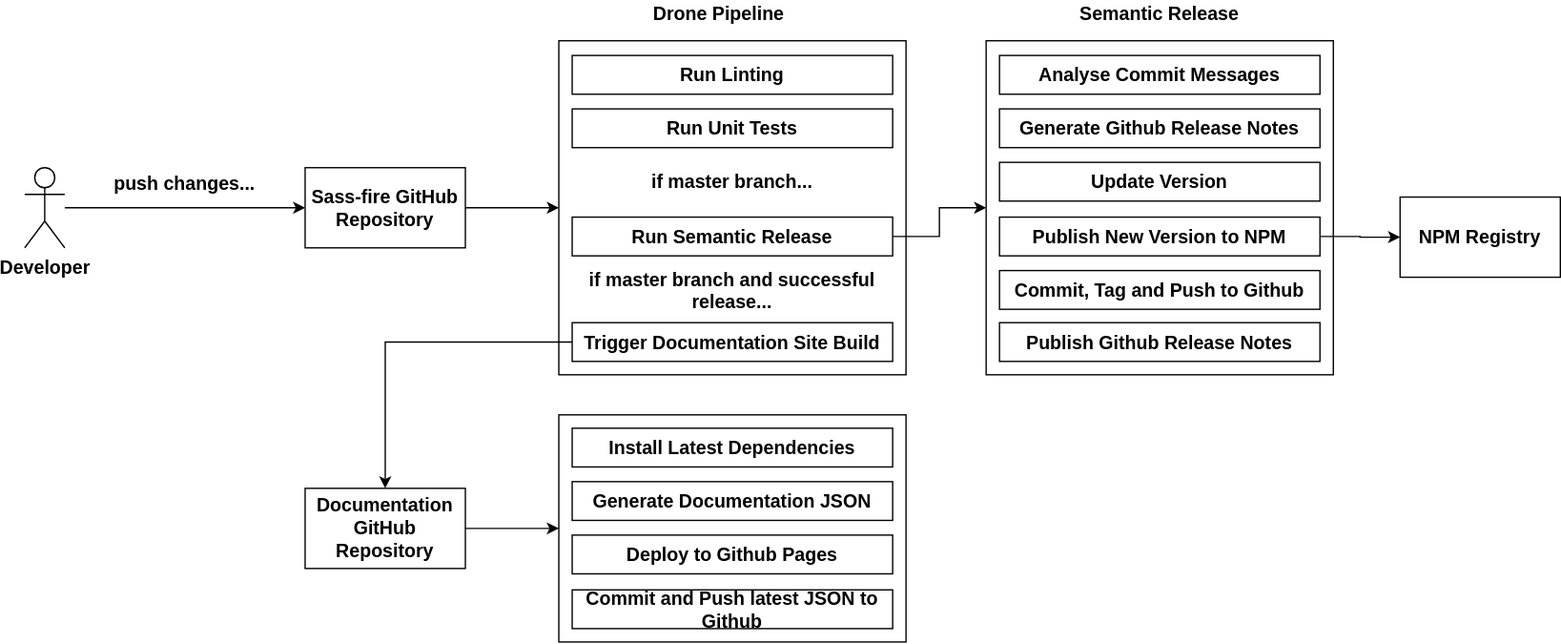
The draw.io diagram src/grafana-presentation/static/images/pipeline.svg in jackw/heywesty.com, before a commit. Source tidied: cells renumbered, new cells last; positions are measured from the earlier drawing's top-left corner, leaving out a move shared by most shapes.
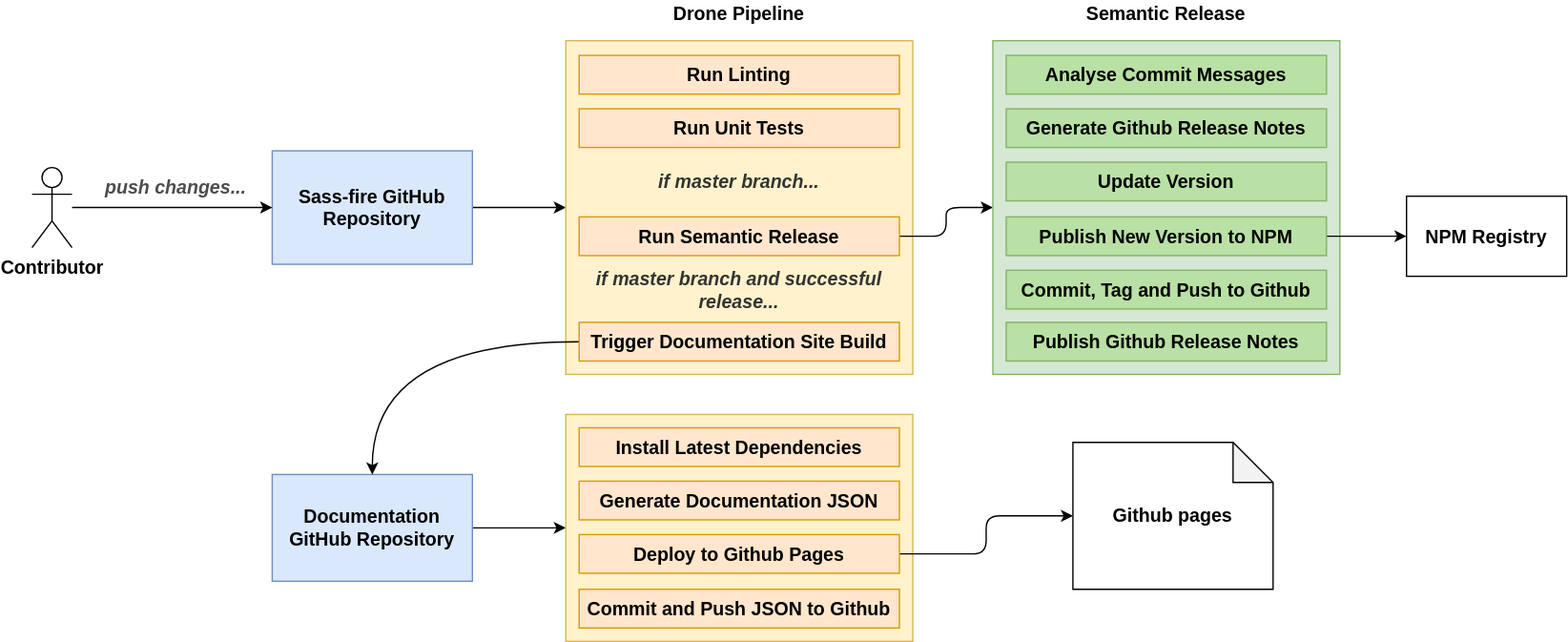
The same diagram one commit later.

What changed in the source:
```diff
@@ -2,101 +2,107 @@
   <root>
     <mxCell id="0" />
     <mxCell id="1" parent="0" />
-    <mxCell id="2" style="edgeStyle=orthogonalEdgeStyle;rounded=0;jettySize=auto;entryX=0;entryY=0.5;entryDx=0;entryDy=0;fontStyle=1;html=1;fontSize=14;" parent="1" edge="1" source="3" target="9">
+    <mxCell id="2" style="edgeStyle=orthogonalEdgeStyle;rounded=1;jettySize=auto;entryX=0;entryY=0.5;entryDx=0;entryDy=0;fontStyle=1;html=1;fontSize=14;" parent="1" edge="1" source="3" target="9">
       <mxGeometry relative="1" as="geometry" />
     </mxCell>
-    <mxCell id="3" value="Sass-fire GitHub Repository" style="rounded=0;whiteSpace=wrap;fontStyle=1;html=1;fontSize=14;" parent="1" vertex="1">
-      <mxGeometry x="210" y="125" width="120" height="60" as="geometry" />
+    <mxCell id="3" value="Sass-fire GitHub Repository" style="rounded=0;whiteSpace=wrap;fontStyle=1;html=1;fontSize=14;fillColor=#dae8fc;strokeColor=#6c8ebf;" parent="1" vertex="1">
+      <mxGeometry x="180" y="112.5" width="150" height="85" as="geometry" />
     </mxCell>
     <mxCell id="4" style="edgeStyle=orthogonalEdgeStyle;rounded=0;jettySize=auto;entryX=0;entryY=0.5;entryDx=0;entryDy=0;fontStyle=1;html=1;fontSize=14;" parent="1" edge="1" source="5" target="10">
       <mxGeometry relative="1" as="geometry" />
     </mxCell>
-    <mxCell id="5" value="Documentation GitHub Repository" style="rounded=0;whiteSpace=wrap;fontStyle=1;html=1;fontSize=14;" parent="1" vertex="1">
-      <mxGeometry x="210" y="365" width="120" height="60" as="geometry" />
+    <mxCell id="5" value="Documentation GitHub Repository" style="rounded=0;whiteSpace=wrap;fontStyle=1;html=1;fontSize=14;fillColor=#dae8fc;strokeColor=#6c8ebf;" parent="1" vertex="1">
+      <mxGeometry x="180" y="355" width="150" height="80" as="geometry" />
     </mxCell>
     <mxCell id="6" style="edgeStyle=orthogonalEdgeStyle;rounded=0;jettySize=auto;entryX=0;entryY=0.5;entryDx=0;entryDy=0;fontStyle=1;html=1;fontSize=14;" parent="1" edge="1" source="7" target="3">
       <mxGeometry relative="1" as="geometry" />
     </mxCell>
-    <mxCell id="7" value="Developer" style="shape=umlActor;verticalLabelPosition=bottom;labelBackgroundColor=#ffffff;verticalAlign=top;outlineConnect=0;fontStyle=1;html=1;fontSize=14;" parent="1" vertex="1">
+    <mxCell id="7" value="Contributor" style="shape=umlActor;verticalLabelPosition=bottom;labelBackgroundColor=#ffffff;verticalAlign=top;outlineConnect=0;fontStyle=1;html=1;fontSize=14;" parent="1" vertex="1">
       <mxGeometry y="125" width="30" height="60" as="geometry" />
     </mxCell>
-    <mxCell id="8" value="push changes..." style="text;strokeColor=none;fillColor=none;align=center;verticalAlign=middle;whiteSpace=wrap;rounded=0;fontStyle=1;html=1;fontSize=14;" parent="1" vertex="1">
-      <mxGeometry x="60" y="127" width="120" height="20" as="geometry" />
+    <mxCell id="8" value="push changes..." style="text;strokeColor=none;fillColor=none;align=center;verticalAlign=middle;whiteSpace=wrap;rounded=0;fontStyle=3;html=1;fontSize=14;fontColor=#4D4D4D;" parent="1" vertex="1">
+      <mxGeometry x="48" y="130" width="120" height="20" as="geometry" />
     </mxCell>
-    <mxCell id="9" style="rounded=0;whiteSpace=wrap;fontStyle=1;html=1;fontSize=14;" parent="1" vertex="1">
+    <mxCell id="9" style="rounded=0;whiteSpace=wrap;fontStyle=1;html=1;fontSize=14;fillColor=#fff2cc;strokeColor=#d6b656;" parent="1" vertex="1">
       <mxGeometry x="400" y="30" width="260" height="250" as="geometry" />
     </mxCell>
-    <mxCell id="10" style="rounded=0;whiteSpace=wrap;fontStyle=1;html=1;fontSize=14;" parent="1" vertex="1">
+    <mxCell id="10" style="rounded=0;whiteSpace=wrap;fontStyle=1;html=1;fontSize=14;fillColor=#fff2cc;strokeColor=#d6b656;" parent="1" vertex="1">
       <mxGeometry x="400" y="310" width="260" height="170" as="geometry" />
     </mxCell>
     <mxCell id="11" value="Drone Pipeline" style="text;strokeColor=none;fillColor=none;align=center;verticalAlign=middle;whiteSpace=wrap;rounded=0;fontStyle=1;html=1;fontSize=14;" parent="1" vertex="1">
-      <mxGeometry x="450" width="140" height="20" as="geometry" />
+      <mxGeometry x="460" width="140" height="20" as="geometry" />
     </mxCell>
-    <mxCell id="12" value="Run Linting" style="rounded=0;whiteSpace=wrap;fontStyle=1;html=1;fontSize=14;" parent="1" vertex="1">
+    <mxCell id="12" value="Run Linting" style="rounded=0;whiteSpace=wrap;fontStyle=1;html=1;fontSize=14;fillColor=#ffe6cc;strokeColor=#d79b00;" parent="1" vertex="1">
       <mxGeometry x="410" y="41" width="240" height="29" as="geometry" />
     </mxCell>
-    <mxCell id="13" value="Run Unit Tests" style="rounded=0;whiteSpace=wrap;fontStyle=1;html=1;fontSize=14;" parent="1" vertex="1">
+    <mxCell id="13" value="Run Unit Tests" style="rounded=0;whiteSpace=wrap;fontStyle=1;html=1;fontSize=14;fillColor=#ffe6cc;strokeColor=#d79b00;" parent="1" vertex="1">
       <mxGeometry x="410" y="81" width="240" height="29" as="geometry" />
     </mxCell>
-    <mxCell id="14" value="if master branch..." style="text;strokeColor=none;fillColor=none;align=center;verticalAlign=middle;whiteSpace=wrap;rounded=0;fontStyle=1;html=1;fontSize=14;" parent="1" vertex="1">
+    <mxCell id="14" value="if master branch..." style="text;strokeColor=none;fillColor=none;align=center;verticalAlign=middle;whiteSpace=wrap;rounded=0;fontStyle=3;html=1;fontSize=14;fontColor=#333333;" parent="1" vertex="1">
       <mxGeometry x="420" y="125.5" width="220" height="20" as="geometry" />
     </mxCell>
-    <mxCell id="15" style="edgeStyle=orthogonalEdgeStyle;rounded=0;jettySize=auto;fontStyle=1;html=1;fontSize=14;" parent="1" edge="1" source="16" target="20">
+    <mxCell id="15" style="edgeStyle=orthogonalEdgeStyle;rounded=1;jettySize=auto;fontStyle=1;html=1;fontSize=14;" parent="1" edge="1" source="16" target="20">
       <mxGeometry relative="1" as="geometry" />
     </mxCell>
-    <mxCell id="16" value="Run Semantic Release" style="rounded=0;whiteSpace=wrap;fontStyle=1;html=1;fontSize=14;" parent="1" vertex="1">
+    <mxCell id="16" value="Run Semantic Release" style="rounded=0;whiteSpace=wrap;fontStyle=1;html=1;fontSize=14;fillColor=#ffe6cc;strokeColor=#d79b00;" parent="1" vertex="1">
       <mxGeometry x="410" y="162" width="240" height="29" as="geometry" />
     </mxCell>
-    <mxCell id="17" style="edgeStyle=orthogonalEdgeStyle;rounded=0;jettySize=auto;entryX=0.5;entryY=0;entryDx=0;entryDy=0;fontStyle=1;html=1;fontSize=14;" parent="1" edge="1" source="18" target="5">
+    <mxCell id="17" style="edgeStyle=orthogonalEdgeStyle;jettySize=auto;entryX=0.5;entryY=0;entryDx=0;entryDy=0;fontStyle=1;html=1;fontSize=14;curved=1;" parent="1" edge="1" source="18" target="5">
       <mxGeometry relative="1" as="geometry" />
     </mxCell>
-    <mxCell id="18" value="Trigger Documentation Site Build" style="rounded=0;whiteSpace=wrap;fontStyle=1;html=1;fontSize=14;" parent="1" vertex="1">
+    <mxCell id="18" value="Trigger Documentation Site Build" style="rounded=0;whiteSpace=wrap;fontStyle=1;html=1;fontSize=14;fillColor=#ffe6cc;strokeColor=#d79b00;" parent="1" vertex="1">
       <mxGeometry x="410" y="241" width="240" height="29" as="geometry" />
     </mxCell>
-    <mxCell id="19" value="if master branch and successful release..." style="text;strokeColor=none;fillColor=none;align=center;verticalAlign=middle;whiteSpace=wrap;rounded=0;fontStyle=1;html=1;fontSize=14;" parent="1" vertex="1">
+    <mxCell id="19" value="if master branch and successful release..." style="text;strokeColor=none;fillColor=none;align=center;verticalAlign=middle;whiteSpace=wrap;rounded=0;fontStyle=3;html=1;fontSize=14;fontColor=#333333;" parent="1" vertex="1">
       <mxGeometry x="400" y="206.5" width="260" height="20" as="geometry" />
     </mxCell>
-    <mxCell id="20" style="rounded=0;whiteSpace=wrap;fontStyle=1;html=1;fontSize=14;" parent="1" vertex="1">
+    <mxCell id="20" style="rounded=0;whiteSpace=wrap;fontStyle=1;html=1;fontSize=14;fillColor=#d5e8d4;strokeColor=#82b366;" parent="1" vertex="1">
       <mxGeometry x="720" y="30" width="260" height="250" as="geometry" />
     </mxCell>
     <mxCell id="21" value="Semantic Release" style="text;strokeColor=none;fillColor=none;align=center;verticalAlign=middle;whiteSpace=wrap;rounded=0;fontStyle=1;html=1;fontSize=14;" parent="1" vertex="1">
       <mxGeometry x="780" width="140" height="20" as="geometry" />
     </mxCell>
-    <mxCell id="22" value="Analyse Commit Messages" style="rounded=0;whiteSpace=wrap;fontStyle=1;html=1;fontSize=14;" parent="1" vertex="1">
+    <mxCell id="22" value="Analyse Commit Messages" style="rounded=0;whiteSpace=wrap;fontStyle=1;html=1;fontSize=14;strokeColor=#82b366;fillColor=#B9E0A5;" parent="1" vertex="1">
       <mxGeometry x="730" y="41" width="240" height="29" as="geometry" />
     </mxCell>
-    <mxCell id="23" value="Generate Github Release Notes" style="rounded=0;whiteSpace=wrap;fontStyle=1;html=1;fontSize=14;" parent="1" vertex="1">
+    <mxCell id="23" value="Generate Github Release Notes" style="rounded=0;whiteSpace=wrap;fontStyle=1;html=1;fontSize=14;strokeColor=#82b366;fillColor=#B9E0A5;" parent="1" vertex="1">
       <mxGeometry x="730" y="81" width="240" height="29" as="geometry" />
     </mxCell>
-    <mxCell id="24" value="Update Version" style="rounded=0;whiteSpace=wrap;fontStyle=1;html=1;fontSize=14;" parent="1" vertex="1">
+    <mxCell id="24" value="Update Version" style="rounded=0;whiteSpace=wrap;fontStyle=1;html=1;fontSize=14;strokeColor=#82b366;fillColor=#B9E0A5;" parent="1" vertex="1">
       <mxGeometry x="730" y="121" width="240" height="29" as="geometry" />
     </mxCell>
-    <mxCell id="25" style="edgeStyle=orthogonalEdgeStyle;rounded=0;jettySize=auto;entryX=0;entryY=0.5;entryDx=0;entryDy=0;fontStyle=1;html=1;fontSize=14;" parent="1" edge="1" source="26" target="33">
+    <mxCell id="25" style="edgeStyle=orthogonalEdgeStyle;rounded=0;jettySize=auto;entryX=0;entryY=0.5;entryDx=0;entryDy=0;fontStyle=1;html=1;fontSize=14;" parent="1" edge="1" source="26" target="34">
       <mxGeometry relative="1" as="geometry" />
     </mxCell>
-    <mxCell id="26" value="Publish New Version to NPM" style="rounded=0;whiteSpace=wrap;fontStyle=1;html=1;fontSize=14;" parent="1" vertex="1">
+    <mxCell id="26" value="Publish New Version to NPM" style="rounded=0;whiteSpace=wrap;fontStyle=1;html=1;fontSize=14;strokeColor=#82b366;fillColor=#B9E0A5;" parent="1" vertex="1">
       <mxGeometry x="730" y="162" width="240" height="29" as="geometry" />
     </mxCell>
-    <mxCell id="27" value="Commit, Tag and Push to Github" style="rounded=0;whiteSpace=wrap;fontStyle=1;html=1;fontSize=14;" parent="1" vertex="1">
+    <mxCell id="27" value="Commit, Tag and Push to Github" style="rounded=0;whiteSpace=wrap;fontStyle=1;html=1;fontSize=14;strokeColor=#82b366;fillColor=#B9E0A5;" parent="1" vertex="1">
       <mxGeometry x="730" y="202" width="240" height="29" as="geometry" />
     </mxCell>
-    <mxCell id="28" value="Publish Github Release Notes" style="rounded=0;whiteSpace=wrap;fontStyle=1;html=1;fontSize=14;" parent="1" vertex="1">
+    <mxCell id="28" value="Publish Github Release Notes" style="rounded=0;whiteSpace=wrap;fontStyle=1;html=1;fontSize=14;strokeColor=#82b366;fillColor=#B9E0A5;" parent="1" vertex="1">
       <mxGeometry x="730" y="241" width="240" height="29" as="geometry" />
     </mxCell>
-    <mxCell id="29" value="Install Latest Dependencies" style="rounded=0;whiteSpace=wrap;fontStyle=1;html=1;fontSize=14;" parent="1" vertex="1">
+    <mxCell id="29" value="Install Latest Dependencies" style="rounded=0;whiteSpace=wrap;fontStyle=1;html=1;fontSize=14;fillColor=#ffe6cc;strokeColor=#d79b00;" parent="1" vertex="1">
       <mxGeometry x="410" y="320" width="240" height="29" as="geometry" />
     </mxCell>
-    <mxCell id="30" value="Generate Documentation JSON" style="rounded=0;whiteSpace=wrap;fontStyle=1;html=1;fontSize=14;" parent="1" vertex="1">
+    <mxCell id="30" value="Generate Documentation JSON" style="rounded=0;whiteSpace=wrap;fontStyle=1;html=1;fontSize=14;fillColor=#ffe6cc;strokeColor=#d79b00;" parent="1" vertex="1">
       <mxGeometry x="410" y="360" width="240" height="29" as="geometry" />
     </mxCell>
-    <mxCell id="31" value="Deploy to Github Pages" style="rounded=0;whiteSpace=wrap;fontStyle=1;html=1;fontSize=14;" parent="1" vertex="1">
-      <mxGeometry x="410" y="400" width="240" height="29" as="geometry" />
+    <mxCell id="31" style="edgeStyle=orthogonalEdgeStyle;rounded=1;jettySize=auto;html=1;fontSize=14;" parent="1" edge="1" source="32" target="35">
+      <mxGeometry relative="1" as="geometry" />
     </mxCell>
-    <mxCell id="32" value="Commit and Push latest JSON to Github" style="rounded=0;whiteSpace=wrap;fontStyle=1;html=1;fontSize=14;" parent="1" vertex="1">
-      <mxGeometry x="410" y="441" width="240" height="29" as="geometry" />
+    <mxCell id="32" value="Deploy to Github Pages" style="rounded=0;whiteSpace=wrap;fontStyle=1;html=1;fontSize=14;fillColor=#ffe6cc;strokeColor=#d79b00;" parent="1" vertex="1">
+      <mxGeometry x="410" y="400" width="240" height="29" as="geometry" />
     </mxCell>
-    <mxCell id="33" value="NPM Registry" style="rounded=0;whiteSpace=wrap;fontStyle=1;html=1;fontSize=14;" parent="1" vertex="1">
-      <mxGeometry x="1030" y="147" width="120" height="60" as="geometry" />
+    <mxCell id="33" value="Commit and Push JSON to Github" style="rounded=0;whiteSpace=wrap;fontStyle=1;html=1;fontSize=14;fillColor=#ffe6cc;strokeColor=#d79b00;" parent="1" vertex="1">
+      <mxGeometry x="410" y="441" width="240" height="29" as="geometry" />
     </mxCell>
+    <mxCell id="34" value="NPM Registry" style="rounded=0;whiteSpace=wrap;fontStyle=1;html=1;fontSize=14;" parent="1" vertex="1">
+      <mxGeometry x="1030" y="146.5" width="120" height="60" as="geometry" />
+    </mxCell>
+    <mxCell id="35" value="Github pages" style="shape=note;whiteSpace=wrap;html=1;backgroundOutline=1;darkOpacity=0.05;fontSize=14;fontStyle=1;" parent="1" vertex="1">
+      <mxGeometry x="780" y="331" width="150" height="110" as="geometry" />
+    </mxCell>
   </root>
 </mxGraphModel>
```
